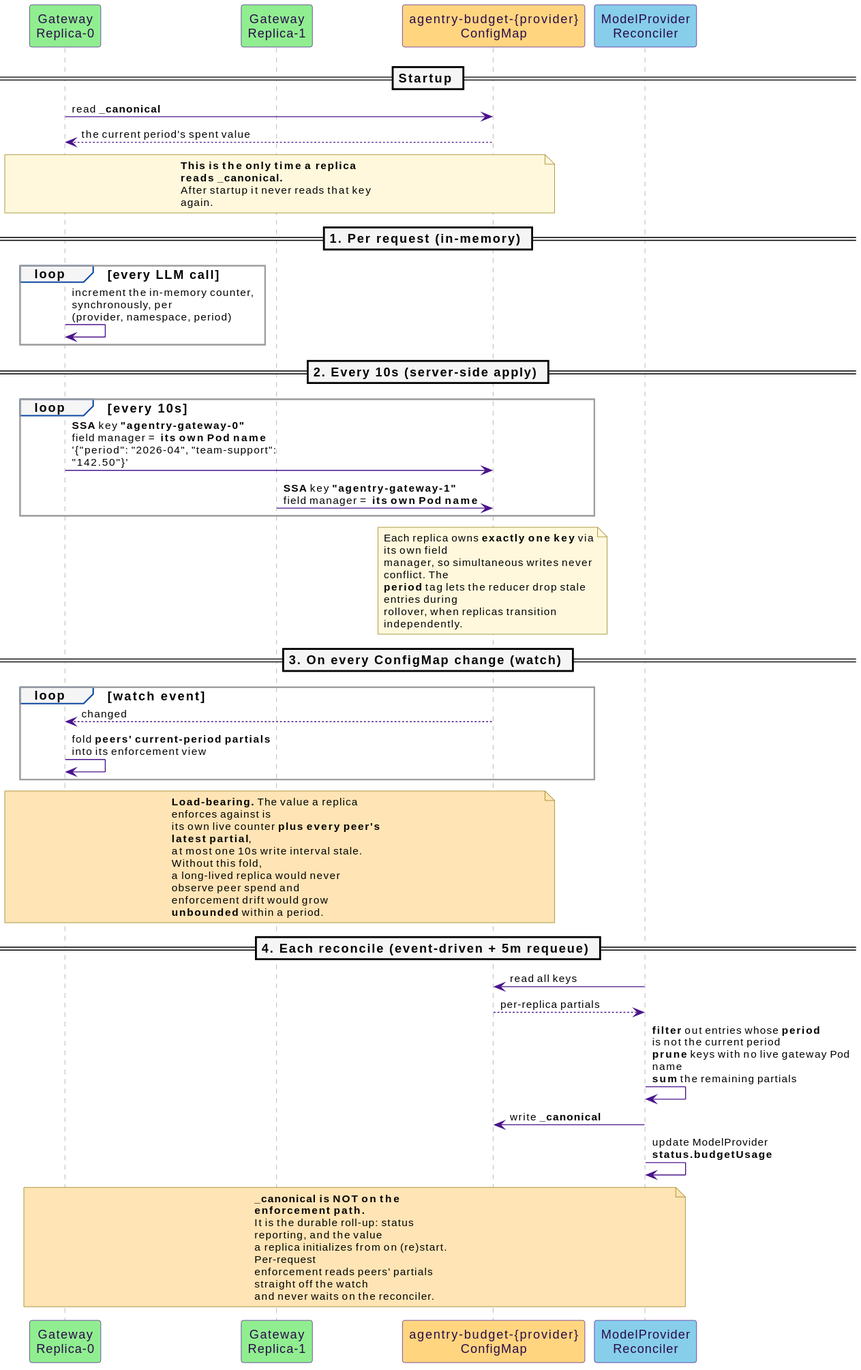
Before: docs/src/diagrams/budget-exchange.svg, a diagram exported from PlantUML (win07xp/kaalm). Its diagram source:
```plantuml
@startuml
!include _style.puml

participant "Gateway\nReplica-0" as r0 #90EE90
participant "Gateway\nReplica-1" as r1 #90EE90
participant "agentry-budget-{provider}\nConfigMap" as cm #FFD580
participant "ModelProvider\nReconciler" as rec #87CEEB

== Startup ==

r0 -> cm : read **_canonical**
cm --> r0 : the current period's spent value
note over r0, cm
  **This is the only time a replica reads _canonical.**
  After startup it never reads that key again.
end note

== 1. Per request (in-memory) ==

loop every LLM call
  r0 -> r0 : increment the in-memory counter,\nsynchronously, per\n(provider, namespace, period)
end

== 2. Every 10s (server-side apply) ==

loop every 10s
  r0 -> cm : **SSA** key **"agentry-gateway-0"**\nfield manager = **its own Pod name**\n'{"period": "2026-04", "team-support": "142.50"}'
  r1 -> cm : **SSA** key **"agentry-gateway-1"**\nfield manager = **its own Pod name**
end
note over cm
  Each replica owns **exactly one key** via its own field
  manager, so simultaneous writes never conflict. The
  **period** tag lets the reducer drop stale entries during
  rollover, when replicas transition independently.
end note

== 3. On every ConfigMap change (watch) ==

loop watch event
  cm --> r0 : changed
  r0 -> r0 : fold **peers' current-period partials**\ninto its enforcement view
end
note over r0, cm #FFE4B5
  **Load-bearing.** The value a replica enforces against is
  its own live counter **plus every peer's latest partial**,
  at most one 10s write interval stale. Without this fold,
  a long-lived replica would never observe peer spend and
  enforcement drift would grow **unbounded** within a period.
end note

== 4. Each reconcile (event-driven + 5m requeue) ==

rec -> cm : read all keys
cm --> rec : per-replica partials
rec -> rec : **filter** out entries whose **period**\nis not the current period\n**prune** keys with no live gateway Pod name\n**sum** the remaining partials
rec -> cm : write **_canonical**
rec -> rec : update ModelProvider **status.budgetUsage**

note over r0, rec #FFE4B5
  **_canonical is NOT on the enforcement path.**
  It is the durable roll-up: status reporting, and the value
  a replica initializes from on (re)start. Per-request
  enforcement reads peers' partials straight off the watch
  and never waits on the reconciler.
end note
@enduml
```
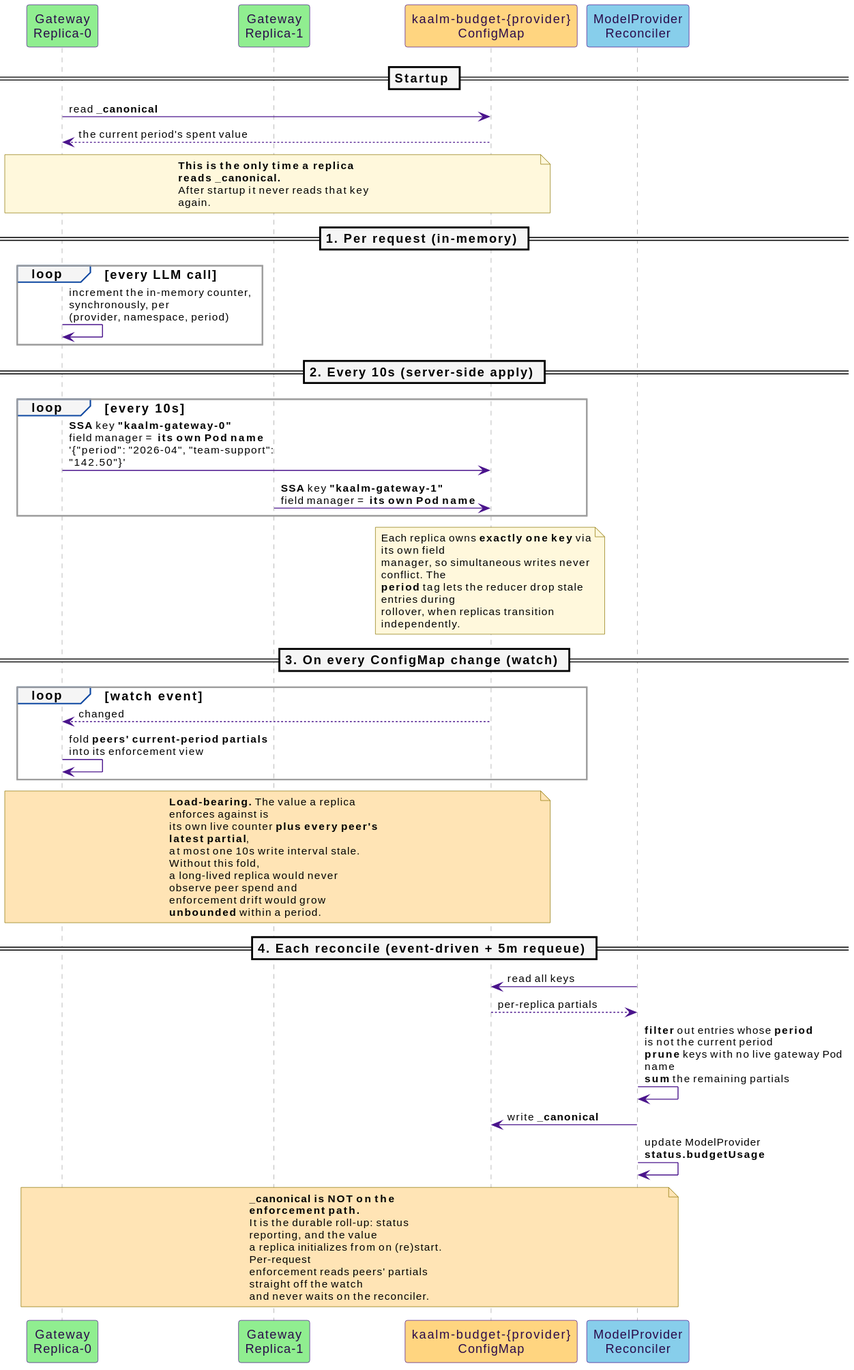
The same diagram one commit later.

Change to the diagram source:
```diff
@@ -3,7 +3,7 @@
 
 participant "Gateway\nReplica-0" as r0 #90EE90
 participant "Gateway\nReplica-1" as r1 #90EE90
-participant "agentry-budget-{provider}\nConfigMap" as cm #FFD580
+participant "kaalm-budget-{provider}\nConfigMap" as cm #FFD580
 participant "ModelProvider\nReconciler" as rec #87CEEB
 
 == Startup ==
@@ -24,8 +24,8 @@
 == 2. Every 10s (server-side apply) ==
 
 loop every 10s
-  r0 -> cm : **SSA** key **"agentry-gateway-0"**\nfield manager = **its own Pod name**\n'{"period": "2026-04", "team-support": "142.50"}'
-  r1 -> cm : **SSA** key **"agentry-gateway-1"**\nfield manager = **its own Pod name**
+  r0 -> cm : **SSA** key **"kaalm-gateway-0"**\nfield manager = **its own Pod name**\n'{"period": "2026-04", "team-support": "142.50"}'
+  r1 -> cm : **SSA** key **"kaalm-gateway-1"**\nfield manager = **its own Pod name**
 end
 note over cm
   Each replica owns **exactly one key** via its own field
```
